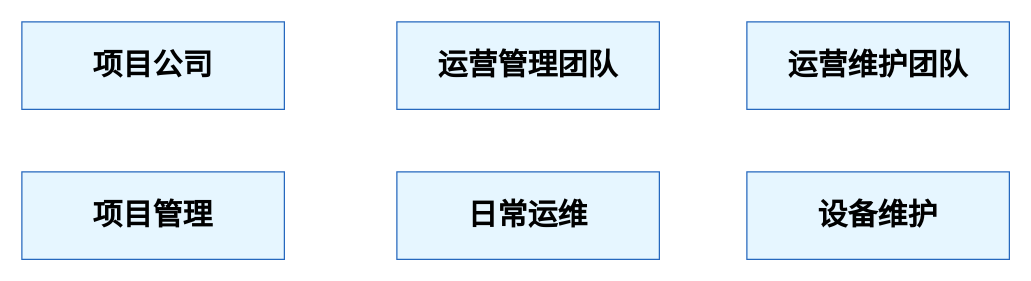
Earlier version of the draw.io diagram page "第 4 页" (4 of 5) of 未命名绘图.drawio (bzerozero7/test). Source tidied: cells renumbered, new cells numbered last; positions are measured from the earlier drawing's top-left corner, leaving out a move shared by most shapes. Both pictures are drawn from the tidied source at 125%, with x=0, y=0 at pixel (21, 21).
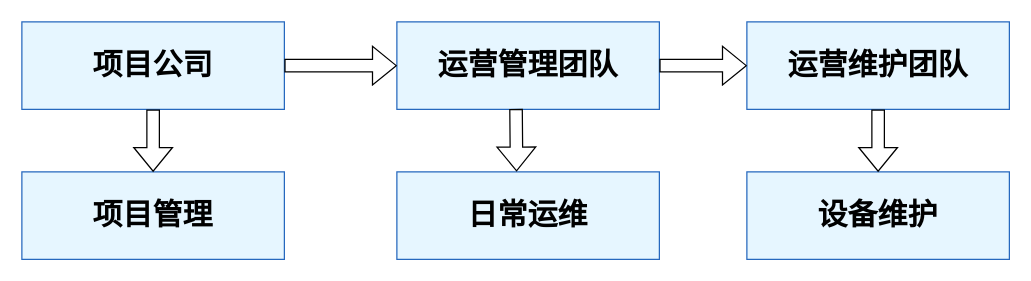
The same diagram, later.

Commit message:
更新未命名绘图.drawio

What changed in the source:
```diff
@@
 <mxGraphModel>
   <root>
     <mxCell id="0" />
     <mxCell id="1" parent="0" />
     <mxCell id="2" value="&lt;span style=&quot;font-size: 24px;&quot;&gt;&lt;b&gt;项目公司&lt;/b&gt;&lt;/span&gt;" style="rounded=0;whiteSpace=wrap;html=1;fillColor=#E6F6FF;strokeColor=#2668BE;" parent="1" vertex="1">
       <mxGeometry width="210" height="70" as="geometry" />
     </mxCell>
     <mxCell id="3" value="&lt;span style=&quot;font-size: 24px;&quot;&gt;&lt;b&gt;运营管理团队&lt;/b&gt;&lt;/span&gt;" style="rounded=0;whiteSpace=wrap;html=1;fillColor=#E6F6FF;strokeColor=#2668BE;" parent="1" vertex="1">
       <mxGeometry x="300" width="210" height="70" as="geometry" />
     </mxCell>
     <mxCell id="4" value="&lt;span style=&quot;font-size: 24px;&quot;&gt;&lt;b&gt;运营维护团队&lt;/b&gt;&lt;/span&gt;" style="rounded=0;whiteSpace=wrap;html=1;fillColor=#E6F6FF;strokeColor=#2668BE;" parent="1" vertex="1">
       <mxGeometry x="580" width="210" height="70" as="geometry" />
     </mxCell>
     <mxCell id="5" value="&lt;span style=&quot;font-size: 24px;&quot;&gt;&lt;b&gt;项目管理&lt;/b&gt;&lt;/span&gt;" style="rounded=0;whiteSpace=wrap;html=1;fillColor=#E6F6FF;strokeColor=#2668BE;" parent="1" vertex="1">
       <mxGeometry y="120" width="210" height="70" as="geometry" />
     </mxCell>
     <mxCell id="6" value="&lt;span style=&quot;font-size: 24px;&quot;&gt;&lt;b&gt;日常运维&lt;/b&gt;&lt;/span&gt;" style="rounded=0;whiteSpace=wrap;html=1;fillColor=#E6F6FF;strokeColor=#2668BE;" parent="1" vertex="1">
       <mxGeometry x="300" y="120" width="210" height="70" as="geometry" />
     </mxCell>
     <mxCell id="7" value="&lt;span style=&quot;font-size: 24px;&quot;&gt;&lt;b&gt;设备维护&lt;/b&gt;&lt;/span&gt;" style="rounded=0;whiteSpace=wrap;html=1;fillColor=#E6F6FF;strokeColor=#2668BE;" parent="1" vertex="1">
       <mxGeometry x="580" y="120" width="210" height="70" as="geometry" />
     </mxCell>
+    <mxCell id="8" style="shape=flexArrow;endArrow=classic;html=1;rounded=0;exitX=0.5;exitY=1;exitDx=0;exitDy=0;entryX=0.5;entryY=0;entryDx=0;entryDy=0;" parent="1" edge="1" source="2" target="5">
+      <mxGeometry relative="1" as="geometry" />
+    </mxCell>
+    <mxCell id="9" style="shape=flexArrow;endArrow=classic;html=1;rounded=0;exitX=1;exitY=0.5;exitDx=0;exitDy=0;entryX=0;entryY=0.5;entryDx=0;entryDy=0;" parent="1" edge="1" source="2" target="3">
+      <mxGeometry relative="1" as="geometry" />
+    </mxCell>
+    <mxCell id="10" style="shape=flexArrow;endArrow=classic;html=1;rounded=0;exitX=0.454;exitY=0.994;exitDx=0;exitDy=0;exitPerimeter=0;entryX=0.456;entryY=-0.005;entryDx=0;entryDy=0;entryPerimeter=0;" parent="1" edge="1" source="3" target="6">
+      <mxGeometry relative="1" as="geometry" />
+    </mxCell>
+    <mxCell id="11" style="shape=flexArrow;endArrow=classic;html=1;rounded=0;exitX=1;exitY=0.5;exitDx=0;exitDy=0;entryX=0;entryY=0.5;entryDx=0;entryDy=0;" parent="1" edge="1" source="3" target="4">
+      <mxGeometry relative="1" as="geometry" />
+    </mxCell>
+    <mxCell id="12" style="shape=flexArrow;endArrow=classic;html=1;rounded=0;exitX=0.5;exitY=1;exitDx=0;exitDy=0;entryX=0.5;entryY=0;entryDx=0;entryDy=0;" parent="1" edge="1" source="4" target="7">
+      <mxGeometry relative="1" as="geometry" />
+    </mxCell>
   </root>
 </mxGraphModel>
```
